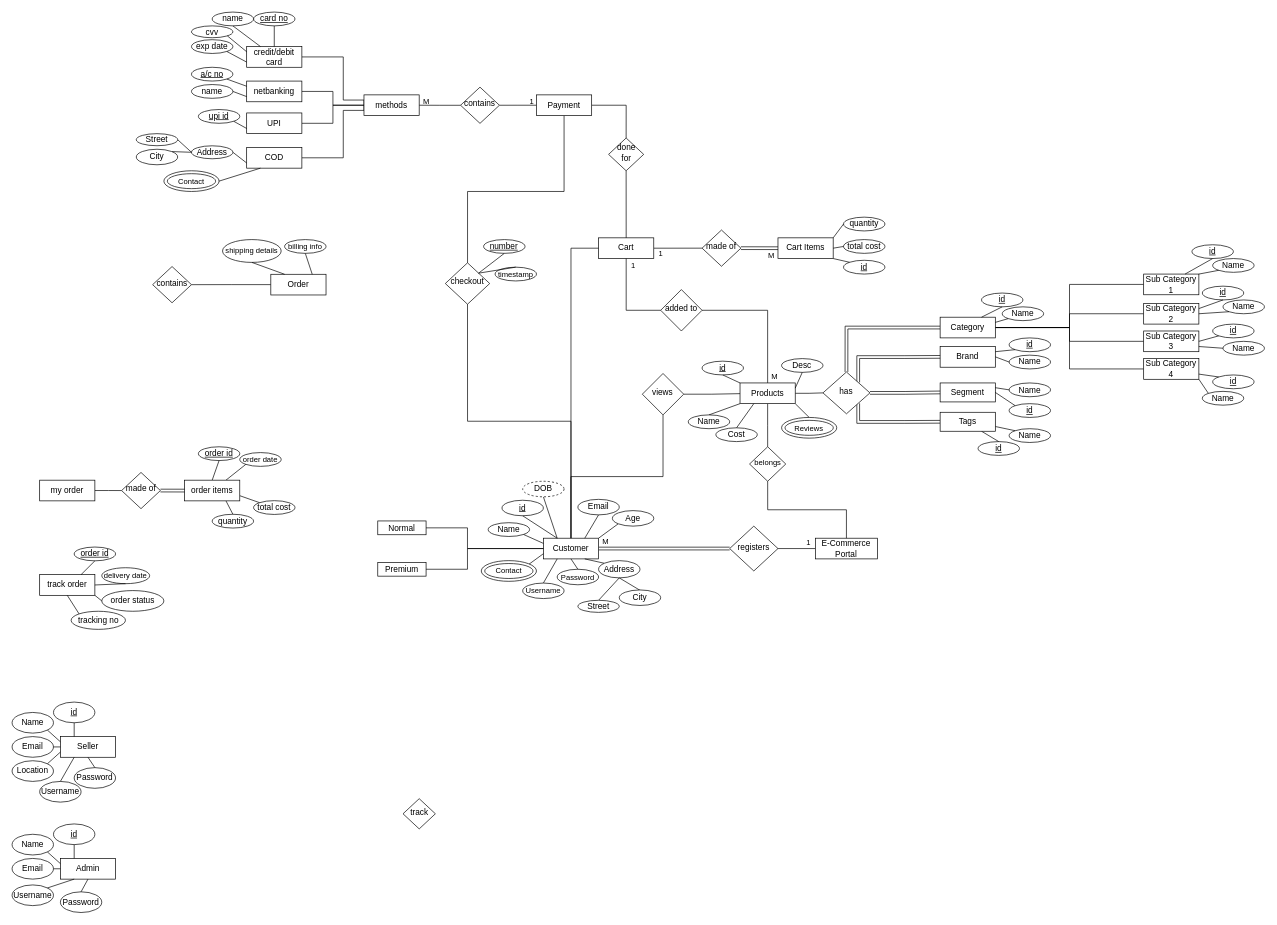
The draw.io diagram Untitled Diagram.drawio in adithkrishnan98/ECommerce-Java, before the edit. Source tidied: cells renumbered, new cells numbered last; positions are measured from the earlier drawing's top-left corner, leaving out a move shared by most shapes. Both pictures are drawn from the tidied source at 69%, with x=0, y=0 at pixel (12, 12).
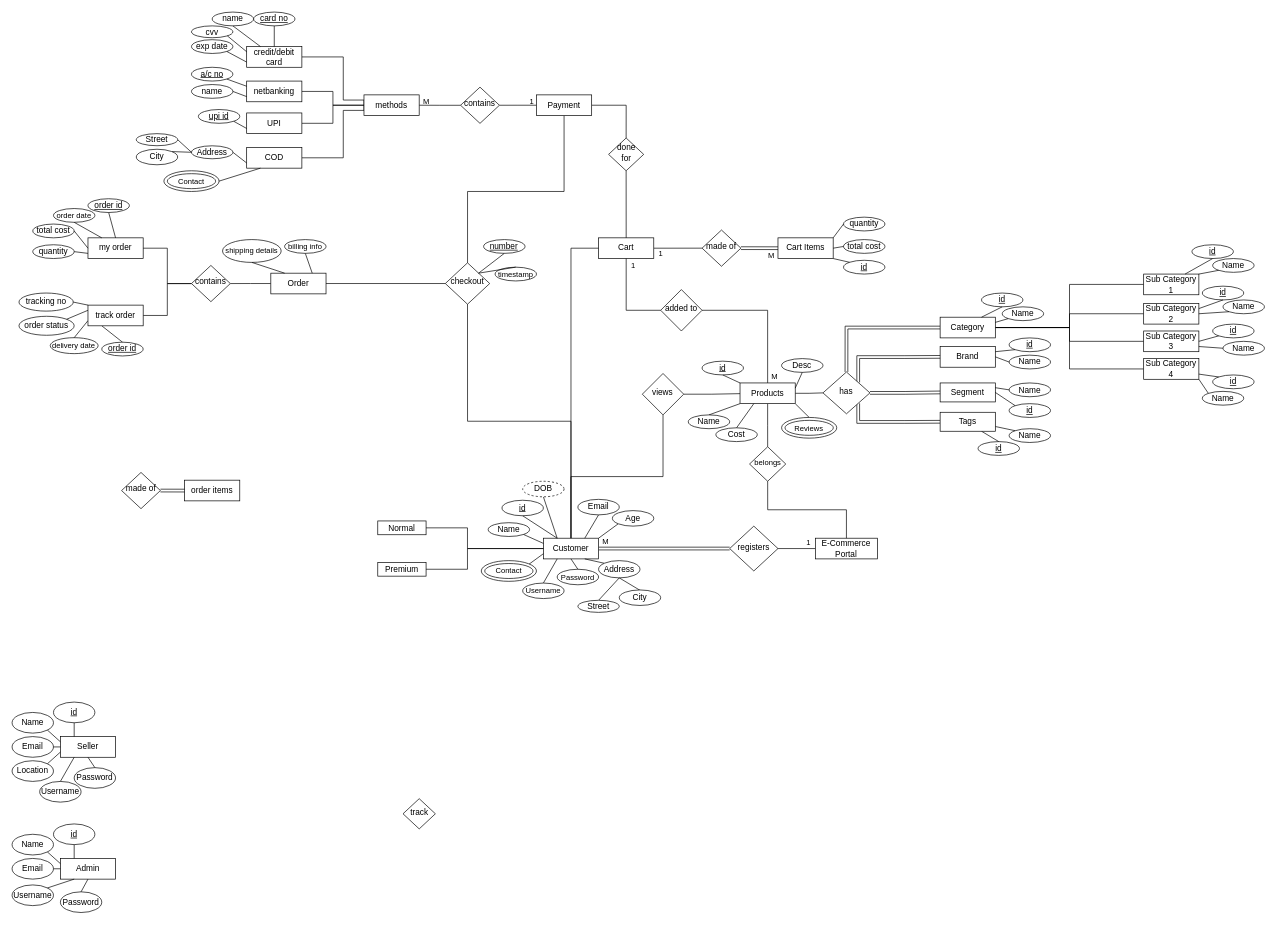
Above is the later version.

Unchanged cells that the change refers to:
```xml
<mxCell id="95" value="checkout" style="rhombus;whiteSpace=wrap;html=1;shadow=0;fontFamily=Helvetica;fontSize=12;align=center;strokeWidth=1;spacing=6;spacingTop=-4;" parent="1" vertex="1">
  <mxGeometry x="627.9" y="363.4" width="64.3" height="60" as="geometry" />
</mxCell>
<mxCell id="161" value="order items" style="rounded=0;whiteSpace=wrap;html=1;fontSize=12;glass=0;strokeWidth=1;shadow=0;" parent="1" vertex="1">
  <mxGeometry x="250" y="678.4" width="80" height="30" as="geometry" />
</mxCell>
<mxCell id="163" value="made of" style="rhombus;whiteSpace=wrap;html=1;shadow=0;fontFamily=Helvetica;fontSize=12;align=center;strokeWidth=1;spacing=6;spacingTop=-4;" parent="1" vertex="1">
  <mxGeometry x="158.7" y="667.2" width="56.3" height="52.5" as="geometry" />
</mxCell>
```

What changed in the source:
```diff
@@
+    <mxCell id="230" style="edgeStyle=orthogonalEdgeStyle;rounded=0;jettySize=auto;html=1;entryX=1;entryY=0.5;entryDx=0;entryDy=0;fontSize=11;startArrow=none;startFill=0;endArrow=none;endFill=0;strokeColor=#000000;" parent="1" edge="1" source="95" target="97">
+      <mxGeometry relative="1" as="geometry" />
+    </mxCell>
@@
     <mxCell id="97" value="Order" style="rounded=0;whiteSpace=wrap;html=1;fontSize=12;glass=0;strokeWidth=1;shadow=0;" parent="1" vertex="1">
-      <mxGeometry x="375" y="380" width="80" height="30" as="geometry" />
+      <mxGeometry x="375" y="378.4" width="80" height="30" as="geometry" />
     </mxCell>
@@
-    <mxCell id="125" style="edgeStyle=orthogonalEdgeStyle;rounded=0;jettySize=auto;html=1;entryX=0;entryY=0.5;entryDx=0;entryDy=0;fontSize=11;startArrow=none;startFill=0;endArrow=none;endFill=0;strokeColor=#000000;" parent="1" edge="1" source="126" target="163">
-      <mxGeometry relative="1" as="geometry" />
-    </mxCell>
     <mxCell id="126" value="my order" style="rounded=0;whiteSpace=wrap;html=1;fontSize=12;glass=0;strokeWidth=1;shadow=0;" parent="1" vertex="1">
-      <mxGeometry x="40" y="678.4" width="80" height="30" as="geometry" />
+      <mxGeometry x="110" y="327.2" width="80" height="30" as="geometry" />
     </mxCell>
+    <mxCell id="231" style="edgeStyle=orthogonalEdgeStyle;rounded=0;jettySize=auto;html=1;entryX=1;entryY=0.5;entryDx=0;entryDy=0;fontSize=11;startArrow=none;startFill=0;endArrow=none;endFill=0;strokeColor=#000000;" parent="1" edge="1" source="127" target="126">
+      <mxGeometry relative="1" as="geometry" />
+    </mxCell>
+    <mxCell id="232" style="edgeStyle=orthogonalEdgeStyle;rounded=0;jettySize=auto;html=1;entryX=1;entryY=0.5;entryDx=0;entryDy=0;fontSize=11;startArrow=none;startFill=0;endArrow=none;endFill=0;strokeColor=#000000;" parent="1" edge="1" source="127" target="136">
+      <mxGeometry relative="1" as="geometry" />
+    </mxCell>
     <mxCell id="127" value="contains" style="rhombus;whiteSpace=wrap;html=1;shadow=0;fontFamily=Helvetica;fontSize=12;align=center;strokeWidth=1;spacing=6;spacingTop=-4;" parent="1" vertex="1">
-      <mxGeometry x="203.7" y="368.8" width="56.3" height="52.5" as="geometry" />
+      <mxGeometry x="260" y="367.2" width="56.3" height="52.5" as="geometry" />
     </mxCell>
     <mxCell id="128" value="&lt;u&gt;order id&lt;/u&gt;" style="ellipse;whiteSpace=wrap;html=1;" parent="1" vertex="1">
-      <mxGeometry x="270" y="630" width="60" height="20" as="geometry" />
+      <mxGeometry x="110" y="270.5" width="60" height="20" as="geometry" />
     </mxCell>
     <mxCell id="129" value="order date" style="ellipse;whiteSpace=wrap;html=1;fontSize=11;" parent="1" vertex="1">
-      <mxGeometry x="330" y="638.4" width="60" height="20" as="geometry" />
+      <mxGeometry x="60" y="284.7" width="60" height="20" as="geometry" />
     </mxCell>
     <mxCell id="130" value="total cost" style="ellipse;whiteSpace=wrap;html=1;" parent="1" vertex="1">
-      <mxGeometry x="350" y="708.1" width="60" height="20" as="geometry" />
+      <mxGeometry x="30" y="307.2" width="60" height="20" as="geometry" />
     </mxCell>
     <mxCell id="131" value="quantity" style="ellipse;whiteSpace=wrap;html=1;" parent="1" vertex="1">
-      <mxGeometry x="290" y="727.8" width="60" height="20" as="geometry" />
+      <mxGeometry x="30" y="337.2" width="60" height="20" as="geometry" />
     </mxCell>
-    <mxCell id="132" style="endArrow=none;html=1;fontSize=11;strokeColor=#000000;entryX=0.75;entryY=1;entryDx=0;entryDy=0;exitX=0.5;exitY=0;exitDx=0;exitDy=0;" parent="1" edge="1" source="131" target="161">
+    <mxCell id="132" style="endArrow=none;html=1;fontSize=11;strokeColor=#000000;entryX=0;entryY=0.75;entryDx=0;entryDy=0;exitX=1;exitY=0.5;exitDx=0;exitDy=0;" parent="1" edge="1" source="131" target="126">
       <mxGeometry relative="1" as="geometry" />
     </mxCell>
-    <mxCell id="133" style="endArrow=none;html=1;fontSize=11;strokeColor=#000000;entryX=1;entryY=0.75;entryDx=0;entryDy=0;exitX=0;exitY=0;exitDx=0;exitDy=0;" parent="1" edge="1" source="130" target="161">
+    <mxCell id="133" style="endArrow=none;html=1;fontSize=11;strokeColor=#000000;entryX=0;entryY=0.5;entryDx=0;entryDy=0;exitX=1;exitY=0.5;exitDx=0;exitDy=0;" parent="1" edge="1" source="130" target="126">
       <mxGeometry relative="1" as="geometry" />
     </mxCell>
-    <mxCell id="134" style="endArrow=none;html=1;fontSize=11;strokeColor=#000000;entryX=0.75;entryY=0;entryDx=0;entryDy=0;exitX=0;exitY=1;exitDx=0;exitDy=0;" parent="1" edge="1" source="129" target="161">
+    <mxCell id="134" style="endArrow=none;html=1;fontSize=11;strokeColor=#000000;entryX=0.25;entryY=0;entryDx=0;entryDy=0;exitX=0.5;exitY=1;exitDx=0;exitDy=0;" parent="1" edge="1" source="129" target="126">
       <mxGeometry relative="1" as="geometry" />
     </mxCell>
-    <mxCell id="135" style="endArrow=none;html=1;fontSize=11;strokeColor=#000000;entryX=0.5;entryY=0;entryDx=0;entryDy=0;exitX=0.5;exitY=1;exitDx=0;exitDy=0;" parent="1" edge="1" source="128" target="161">
+    <mxCell id="135" style="endArrow=none;html=1;fontSize=11;strokeColor=#000000;entryX=0.5;entryY=0;entryDx=0;entryDy=0;exitX=0.5;exitY=1;exitDx=0;exitDy=0;" parent="1" edge="1" source="128" target="126">
       <mxGeometry relative="1" as="geometry" />
     </mxCell>
-    <mxCell id="136" value="track order" style="rounded=0;whiteSpace=wrap;html=1;fontSize=12;glass=0;strokeWidth=1;shadow=0;" parent="1" vertex="1">
-      <mxGeometry x="40" y="815.3" width="80" height="30" as="geometry" />
-    </mxCell>
     <mxCell id="137" value="&lt;u&gt;order id&lt;/u&gt;" style="ellipse;whiteSpace=wrap;html=1;" parent="1" vertex="1">
-      <mxGeometry x="90" y="775.3" width="60" height="20" as="geometry" />
+      <mxGeometry x="130" y="478.4" width="60" height="20" as="geometry" />
     </mxCell>
     <mxCell id="138" value="&lt;font style=&quot;font-size: 11px&quot;&gt;delivery date&lt;/font&gt;" style="ellipse;whiteSpace=wrap;html=1;fontSize=9;" parent="1" vertex="1">
-      <mxGeometry x="130" y="805.3" width="69.4" height="23.1" as="geometry" />
+      <mxGeometry x="55.3" y="471.9" width="69.4" height="23.1" as="geometry" />
     </mxCell>
     <mxCell id="139" value="&lt;font style=&quot;font-size: 12px&quot;&gt;order status&lt;/font&gt;" style="ellipse;whiteSpace=wrap;html=1;fontSize=9;" parent="1" vertex="1">
-      <mxGeometry x="130" y="838.4" width="90" height="30" as="geometry" />
+      <mxGeometry x="10" y="440.9" width="80" height="27.5" as="geometry" />
     </mxCell>
     <mxCell id="140" value="&lt;font style=&quot;font-size: 12px&quot;&gt;tracking no&lt;/font&gt;" style="ellipse;whiteSpace=wrap;html=1;fontSize=10;" parent="1" vertex="1">
-      <mxGeometry x="85.6" y="868.4" width="78.7" height="26.2" as="geometry" />
+      <mxGeometry x="10" y="407.2" width="78.7" height="26.2" as="geometry" />
     </mxCell>
-    <mxCell id="141" style="endArrow=none;html=1;fontSize=11;strokeColor=#000000;entryX=0.5;entryY=1;entryDx=0;entryDy=0;exitX=0;exitY=0;exitDx=0;exitDy=0;" parent="1" edge="1" source="140" target="136">
+    <mxCell id="141" style="endArrow=none;html=1;fontSize=11;strokeColor=#000000;entryX=0;entryY=0;entryDx=0;entryDy=0;exitX=1;exitY=0.5;exitDx=0;exitDy=0;" parent="1" edge="1" source="140" target="136">
       <mxGeometry relative="1" as="geometry" />
     </mxCell>
-    <mxCell id="142" style="endArrow=none;html=1;fontSize=11;strokeColor=#000000;entryX=1;entryY=1;entryDx=0;entryDy=0;exitX=0;exitY=0.5;exitDx=0;exitDy=0;" parent="1" edge="1" source="139" target="136">
+    <mxCell id="142" style="endArrow=none;html=1;fontSize=11;strokeColor=#000000;entryX=0;entryY=0.25;entryDx=0;entryDy=0;exitX=1;exitY=0;exitDx=0;exitDy=0;" parent="1" edge="1" source="139" target="136">
       <mxGeometry relative="1" as="geometry" />
     </mxCell>
-    <mxCell id="143" style="endArrow=none;html=1;fontSize=11;strokeColor=#000000;entryX=1;entryY=0.5;entryDx=0;entryDy=0;exitX=0.5;exitY=1;exitDx=0;exitDy=0;" parent="1" edge="1" source="138" target="136">
+    <mxCell id="143" style="endArrow=none;html=1;fontSize=11;strokeColor=#000000;entryX=0;entryY=0.75;entryDx=0;entryDy=0;exitX=0.5;exitY=0;exitDx=0;exitDy=0;" parent="1" edge="1" source="138" target="136">
       <mxGeometry relative="1" as="geometry" />
     </mxCell>
-    <mxCell id="144" style="endArrow=none;html=1;fontSize=11;strokeColor=#000000;entryX=0.75;entryY=0;entryDx=0;entryDy=0;exitX=0.5;exitY=1;exitDx=0;exitDy=0;" parent="1" edge="1" source="137" target="136">
+    <mxCell id="144" style="endArrow=none;html=1;fontSize=11;strokeColor=#000000;entryX=0.25;entryY=1;entryDx=0;entryDy=0;exitX=0.5;exitY=0;exitDx=0;exitDy=0;" parent="1" edge="1" source="137" target="136">
       <mxGeometry relative="1" as="geometry" />
     </mxCell>
@@
+    <mxCell id="136" value="track order" style="rounded=0;whiteSpace=wrap;html=1;fontSize=12;glass=0;strokeWidth=1;shadow=0;" parent="1" vertex="1">
+      <mxGeometry x="110" y="424.7" width="80" height="30" as="geometry" />
+    </mxCell>
```
